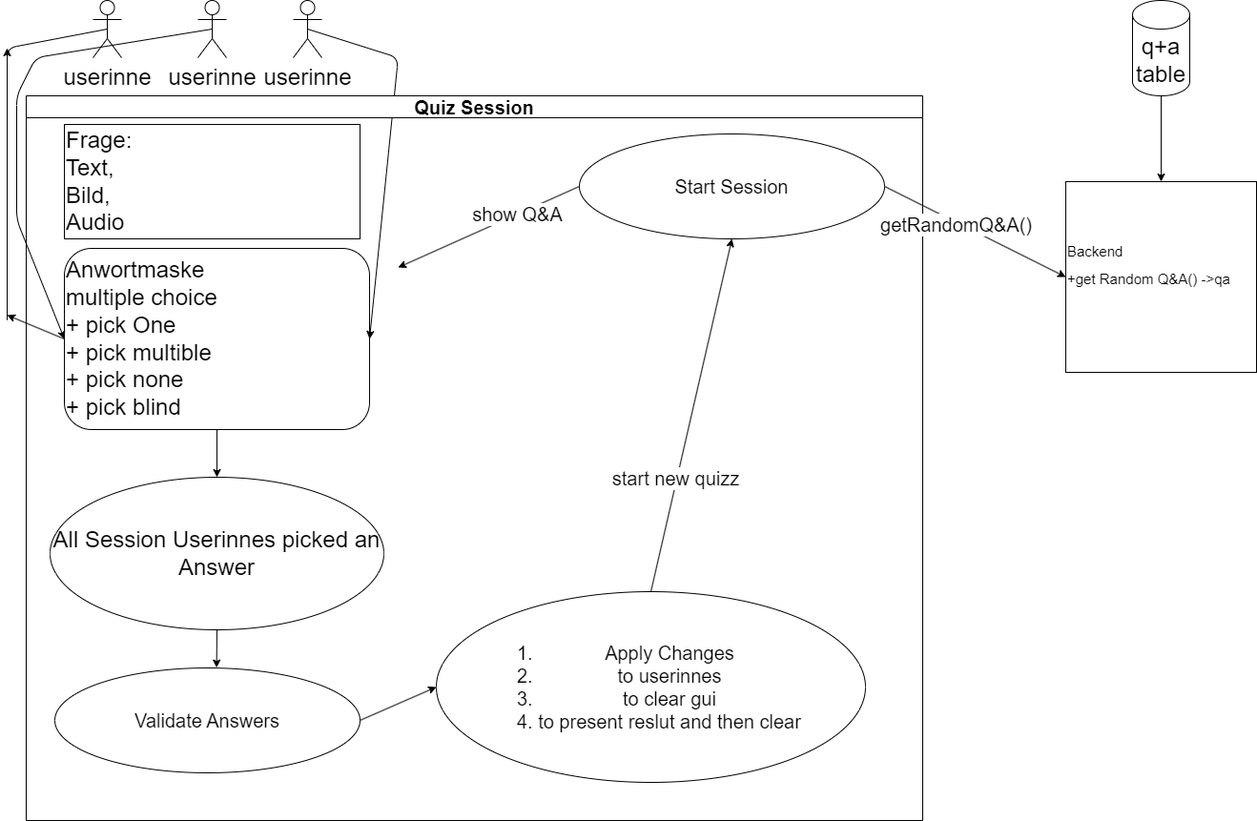
cjanta/cjantaComponentQuizApp keeps this draw.io diagram as usecase_quiz_0_0_1.png. Above is the earlier version. Source tidied: cells renumbered, new cells last; positions are measured from the earlier drawing's top-left corner, leaving out a move shared by most shapes.
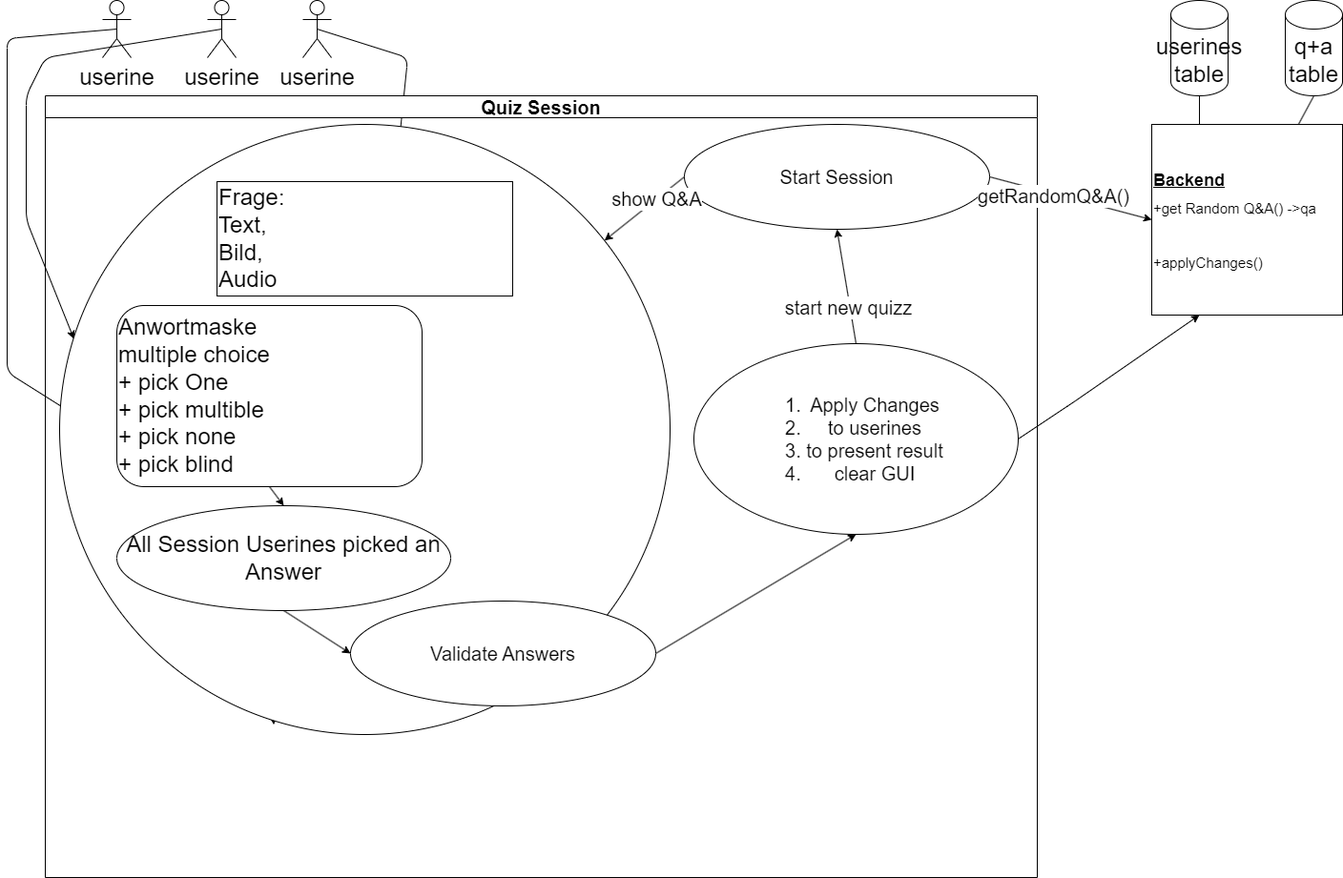
After the change.

The edit, as a diff of the source:
```diff
@@ -2,31 +2,20 @@
   <root>
     <mxCell id="0" />
     <mxCell id="1" parent="0" />
-    <mxCell id="2" value="&lt;font style=&quot;font-size: 24px;&quot;&gt;Frage:&lt;br&gt;Text, &lt;br&gt;Bild, &lt;br&gt;&lt;/font&gt;&lt;div style=&quot;font-size: 24px;&quot;&gt;&lt;span style=&quot;background-color: initial;&quot;&gt;&lt;font style=&quot;font-size: 24px;&quot;&gt;Audio&amp;nbsp;&lt;/font&gt;&lt;/span&gt;&lt;/div&gt;" style="rounded=0;whiteSpace=wrap;html=1;align=left;" parent="1" vertex="1">
-      <mxGeometry x="60" y="130" width="310" height="120" as="geometry" />
-    </mxCell>
-    <mxCell id="3" style="edgeStyle=none;html=1;exitX=0;exitY=0.5;exitDx=0;exitDy=0;fontSize=24;" parent="1" edge="1" source="4">
-      <mxGeometry relative="1" as="geometry">
-        <mxPoint y="330" as="targetPoint" />
-      </mxGeometry>
-    </mxCell>
-    <mxCell id="4" value="&lt;font style=&quot;font-size: 24px;&quot;&gt;Anwortmaske&lt;br&gt;multiple choice&lt;br&gt;+ pick One&lt;br&gt;+ pick multible&lt;br&gt;+ pick none&lt;br&gt;+ pick blind&lt;/font&gt;" style="rounded=1;whiteSpace=wrap;html=1;align=left;" parent="1" vertex="1">
-      <mxGeometry x="60" y="260" width="320" height="190" as="geometry" />
-    </mxCell>
-    <mxCell id="5" style="edgeStyle=none;html=1;exitX=0.5;exitY=0.5;exitDx=0;exitDy=0;exitPerimeter=0;fontSize=24;" parent="1" edge="1" source="6">
-      <mxGeometry relative="1" as="geometry">
-        <mxPoint y="50" as="targetPoint" />
-        <Array as="points">
-          <mxPoint y="50" />
-          <mxPoint y="340" />
-        </Array>
-      </mxGeometry>
-    </mxCell>
+    <mxCell id="28" style="edgeStyle=none;html=1;exitX=0.5;exitY=0.5;exitDx=0;exitDy=0;exitPerimeter=0;fontSize=20;entryX=0;entryY=0.75;entryDx=0;entryDy=0;" parent="1" edge="1" source="6" target="4">
+      <mxGeometry relative="1" as="geometry">
+        <Array as="points">
+          <mxPoint x="-10" y="40" />
+          <mxPoint x="-10" y="390" />
+        </Array>
+      </mxGeometry>
+    </mxCell>
-    <mxCell id="6" value="userinne" style="shape=umlActor;verticalLabelPosition=bottom;verticalAlign=top;html=1;outlineConnect=0;fontSize=24;" parent="1" vertex="1">
+    <mxCell id="6" value="userine" style="shape=umlActor;verticalLabelPosition=bottom;verticalAlign=top;html=1;outlineConnect=0;fontSize=24;" parent="1" vertex="1">
       <mxGeometry x="90" width="30" height="60" as="geometry" />
     </mxCell>
-    <mxCell id="7" style="edgeStyle=none;html=1;exitX=0.5;exitY=0.5;exitDx=0;exitDy=0;exitPerimeter=0;fontSize=24;entryX=0;entryY=0.5;entryDx=0;entryDy=0;" parent="1" edge="1" source="8" target="4">
+    <mxCell id="7" style="edgeStyle=none;html=1;exitX=0.5;exitY=0.5;exitDx=0;exitDy=0;exitPerimeter=0;fontSize=24;entryX=0;entryY=0.5;entryDx=0;entryDy=0;" parent="1" edge="1" source="8">
       <mxGeometry relative="1" as="geometry">
+        <mxPoint x="60" y="355" as="targetPoint" />
         <Array as="points">
           <mxPoint x="30" y="60" />
           <mxPoint x="10" y="100" />
@@ -34,45 +23,37 @@
         </Array>
       </mxGeometry>
     </mxCell>
-    <mxCell id="8" value="userinne" style="shape=umlActor;verticalLabelPosition=bottom;verticalAlign=top;html=1;outlineConnect=0;fontSize=24;" parent="1" vertex="1">
+    <mxCell id="8" value="userine" style="shape=umlActor;verticalLabelPosition=bottom;verticalAlign=top;html=1;outlineConnect=0;fontSize=24;" parent="1" vertex="1">
       <mxGeometry x="200" width="30" height="60" as="geometry" />
     </mxCell>
-    <mxCell id="9" style="edgeStyle=none;html=1;exitX=0.5;exitY=0.5;exitDx=0;exitDy=0;exitPerimeter=0;entryX=1;entryY=0.5;entryDx=0;entryDy=0;fontSize=24;" parent="1" edge="1" source="10" target="4">
+    <mxCell id="9" style="edgeStyle=none;html=1;exitX=0.5;exitY=0.5;exitDx=0;exitDy=0;exitPerimeter=0;entryX=1;entryY=0.5;entryDx=0;entryDy=0;fontSize=24;" parent="1" edge="1" source="10">
       <mxGeometry relative="1" as="geometry">
+        <mxPoint x="380" y="355" as="targetPoint" />
         <Array as="points">
           <mxPoint x="410" y="60" />
         </Array>
       </mxGeometry>
     </mxCell>
-    <mxCell id="10" value="userinne" style="shape=umlActor;verticalLabelPosition=bottom;verticalAlign=top;html=1;outlineConnect=0;fontSize=24;" parent="1" vertex="1">
+    <mxCell id="10" value="userine" style="shape=umlActor;verticalLabelPosition=bottom;verticalAlign=top;html=1;outlineConnect=0;fontSize=24;" parent="1" vertex="1">
       <mxGeometry x="300" width="30" height="60" as="geometry" />
     </mxCell>
-    <mxCell id="11" style="edgeStyle=none;html=1;exitX=0.5;exitY=1;exitDx=0;exitDy=0;entryX=0.53;entryY=-0.003;entryDx=0;entryDy=0;entryPerimeter=0;fontSize=20;" parent="1" edge="1" source="12" target="18">
-      <mxGeometry relative="1" as="geometry" />
-    </mxCell>
-    <mxCell id="12" value="All Session Userinnes picked an Answer" style="ellipse;whiteSpace=wrap;html=1;fontSize=24;" parent="1" vertex="1">
-      <mxGeometry x="45" y="500" width="350" height="160" as="geometry" />
-    </mxCell>
-    <mxCell id="13" style="endArrow=classic;html=1;fontSize=24;exitX=0.5;exitY=1;exitDx=0;exitDy=0;entryX=0.5;entryY=0;entryDx=0;entryDy=0;" parent="1" edge="1" source="4" target="12">
-      <mxGeometry relative="1" as="geometry" />
+    <mxCell id="13" style="endArrow=classic;html=1;fontSize=24;exitX=0.5;exitY=1;exitDx=0;exitDy=0;entryX=0.5;entryY=0;entryDx=0;entryDy=0;" parent="1" edge="1">
+      <mxGeometry relative="1" as="geometry">
+        <mxPoint x="220" y="450" as="sourcePoint" />
+        <mxPoint x="265" y="550" as="targetPoint" />
+      </mxGeometry>
     </mxCell>
-    <mxCell id="14" style="edgeStyle=none;html=1;exitX=0.5;exitY=1;exitDx=0;exitDy=0;exitPerimeter=0;fontSize=15;" parent="1" edge="1" source="15" target="16">
-      <mxGeometry relative="1" as="geometry" />
-    </mxCell>
     <mxCell id="15" value="q+a table" style="shape=cylinder3;whiteSpace=wrap;html=1;boundedLbl=1;backgroundOutline=1;size=15;fontSize=24;" parent="1" vertex="1">
-      <mxGeometry x="1180" width="60" height="100" as="geometry" />
+      <mxGeometry x="1330" width="60" height="100" as="geometry" />
     </mxCell>
-    <mxCell id="16" value="&lt;font style=&quot;font-size: 15px;&quot;&gt;Backend&lt;br style=&quot;&quot;&gt;+get Random Q&amp;amp;A() -&amp;gt;qa&lt;br&gt;&lt;br&gt;&lt;/font&gt;" style="whiteSpace=wrap;html=1;fontSize=24;align=left;" parent="1" vertex="1">
-      <mxGeometry x="1110" y="190" width="200" height="200" as="geometry" />
+    <mxCell id="16" value="&lt;font style=&quot;&quot;&gt;&lt;font style=&quot;font-size: 18px;&quot;&gt;&lt;b&gt;&lt;u&gt;Backend&lt;/u&gt;&lt;/b&gt;&lt;/font&gt;&lt;br style=&quot;&quot;&gt;&lt;span style=&quot;font-size: 15px;&quot;&gt;+get Random Q&amp;amp;A() -&amp;gt;qa&lt;/span&gt;&lt;br&gt;&lt;br&gt;&lt;span style=&quot;font-size: 15px;&quot;&gt;+applyChanges()&lt;/span&gt;&lt;br&gt;&lt;/font&gt;" style="whiteSpace=wrap;html=1;fontSize=24;align=left;" parent="1" vertex="1">
+      <mxGeometry x="1190" y="130" width="200" height="200" as="geometry" />
     </mxCell>
     <mxCell id="17" value="Quiz Session" style="swimlane;whiteSpace=wrap;html=1;fontSize=20;" parent="1" vertex="1">
-      <mxGeometry x="20" y="100" width="940" height="760" as="geometry" />
+      <mxGeometry x="30" y="100" width="1040" height="820" as="geometry" />
     </mxCell>
-    <mxCell id="18" value="Validate Answers" style="ellipse;whiteSpace=wrap;html=1;fontSize=20;" parent="17" vertex="1">
-      <mxGeometry x="30" y="600" width="320" height="110" as="geometry" />
-    </mxCell>
     <mxCell id="19" value="Start Session" style="ellipse;whiteSpace=wrap;html=1;fontSize=20;" parent="17" vertex="1">
-      <mxGeometry x="580" y="40" width="320" height="110" as="geometry" />
+      <mxGeometry x="670" y="30" width="320" height="110" as="geometry" />
     </mxCell>
     <mxCell id="20" style="edgeStyle=none;html=1;exitX=0.5;exitY=0;exitDx=0;exitDy=0;entryX=0.5;entryY=1;entryDx=0;entryDy=0;fontSize=20;" parent="17" edge="1" source="22" target="19">
       <mxGeometry relative="1" as="geometry" />
@@ -80,25 +61,66 @@
     <mxCell id="21" value="start new quizz" style="edgeLabel;html=1;align=center;verticalAlign=middle;fontSize=20;" parent="20" vertex="1">
       <mxGeometry x="-0.35" y="2" relative="1" as="geometry" />
     </mxCell>
-    <mxCell id="22" value="&lt;ol&gt;&lt;li&gt;Apply Changes&lt;/li&gt;&lt;li&gt;to userinnes&lt;/li&gt;&lt;li&gt;to clear gui&lt;/li&gt;&lt;li&gt;&lt;span style=&quot;background-color: initial;&quot;&gt;to present reslut and then clear&lt;/span&gt;&lt;/li&gt;&lt;/ol&gt;" style="ellipse;whiteSpace=wrap;html=1;fontSize=20;align=center;" parent="17" vertex="1">
-      <mxGeometry x="430" y="520" width="450" height="200" as="geometry" />
+    <mxCell id="22" value="&lt;ol&gt;&lt;li&gt;Apply Changes&lt;/li&gt;&lt;li&gt;to userines&lt;/li&gt;&lt;li&gt;to present result&lt;/li&gt;&lt;li&gt;clear GUI&lt;/li&gt;&lt;/ol&gt;" style="ellipse;whiteSpace=wrap;html=1;fontSize=20;align=center;" parent="17" vertex="1">
+      <mxGeometry x="680" y="260" width="340" height="200" as="geometry" />
     </mxCell>
+    <mxCell id="11" style="edgeStyle=none;html=1;exitX=0.5;exitY=1;exitDx=0;exitDy=0;entryX=0.53;entryY=-0.003;entryDx=0;entryDy=0;entryPerimeter=0;fontSize=20;" parent="17" edge="1">
+      <mxGeometry relative="1" as="geometry">
+        <mxPoint x="235" y="600" as="sourcePoint" />
+        <mxPoint x="239.6" y="659.7" as="targetPoint" />
+      </mxGeometry>
+    </mxCell>
+    <mxCell id="29" style="ellipse;whiteSpace=wrap;html=1;fontSize=20;" parent="17" vertex="1">
+      <mxGeometry x="15" y="30" width="640" height="640" as="geometry" />
+    </mxCell>
+    <mxCell id="2" value="&lt;font style=&quot;font-size: 24px;&quot;&gt;Frage:&lt;br&gt;Text, &lt;br&gt;Bild, &lt;br&gt;&lt;/font&gt;&lt;div style=&quot;font-size: 24px;&quot;&gt;&lt;span style=&quot;background-color: initial;&quot;&gt;&lt;font style=&quot;font-size: 24px;&quot;&gt;Audio&amp;nbsp;&lt;/font&gt;&lt;/span&gt;&lt;/div&gt;" style="rounded=0;whiteSpace=wrap;html=1;align=left;" parent="17" vertex="1">
+      <mxGeometry x="180" y="90" width="310" height="120" as="geometry" />
+    </mxCell>
+    <mxCell id="30" style="edgeStyle=none;html=1;exitX=0.5;exitY=1;exitDx=0;exitDy=0;entryX=0.5;entryY=0;entryDx=0;entryDy=0;fontSize=20;" parent="17" edge="1" source="4" target="32">
+      <mxGeometry relative="1" as="geometry" />
+    </mxCell>
+    <mxCell id="4" value="&lt;font style=&quot;font-size: 24px;&quot;&gt;Anwortmaske&lt;br&gt;multiple choice&lt;br&gt;+ pick One&lt;br&gt;+ pick multible&lt;br&gt;+ pick none&lt;br&gt;+ pick blind&lt;/font&gt;" style="rounded=1;whiteSpace=wrap;html=1;align=left;" parent="17" vertex="1">
+      <mxGeometry x="75" y="220" width="320" height="190" as="geometry" />
+    </mxCell>
-    <mxCell id="23" style="endArrow=classic;html=1;fontSize=20;exitX=1;exitY=0.5;exitDx=0;exitDy=0;entryX=0;entryY=0.5;entryDx=0;entryDy=0;" parent="17" edge="1" source="18" target="22">
+    <mxCell id="23" style="edgeStyle=none;html=1;exitX=1;exitY=0.5;exitDx=0;exitDy=0;entryX=0.5;entryY=1;entryDx=0;entryDy=0;fontSize=20;" parent="17" edge="1" source="18" target="22">
       <mxGeometry relative="1" as="geometry" />
     </mxCell>
+    <mxCell id="18" value="Validate Answers" style="ellipse;whiteSpace=wrap;html=1;fontSize=20;" parent="17" vertex="1">
+      <mxGeometry x="320" y="530" width="320" height="110" as="geometry" />
+    </mxCell>
+    <mxCell id="31" style="edgeStyle=none;html=1;exitX=0.5;exitY=1;exitDx=0;exitDy=0;entryX=0;entryY=0.5;entryDx=0;entryDy=0;fontSize=20;" parent="17" edge="1" source="32" target="18">
+      <mxGeometry relative="1" as="geometry" />
+    </mxCell>
+    <mxCell id="32" value="All Session Userines picked an Answer" style="ellipse;whiteSpace=wrap;html=1;fontSize=24;" parent="17" vertex="1">
+      <mxGeometry x="75" y="430" width="350" height="110" as="geometry" />
+    </mxCell>
+    <mxCell id="26" style="edgeStyle=none;html=1;exitX=0;exitY=0.5;exitDx=0;exitDy=0;fontSize=20;" parent="17" edge="1" source="19" target="29">
+      <mxGeometry relative="1" as="geometry" />
+    </mxCell>
+    <mxCell id="27" value="show Q&amp;amp;A" style="edgeLabel;html=1;align=center;verticalAlign=middle;fontSize=20;" parent="26" vertex="1">
+      <mxGeometry x="-0.31" y="-1" relative="1" as="geometry" />
+    </mxCell>
     <mxCell id="24" style="edgeStyle=none;html=1;exitX=1;exitY=0.5;exitDx=0;exitDy=0;entryX=0;entryY=0.5;entryDx=0;entryDy=0;fontSize=20;" parent="1" edge="1" source="19" target="16">
       <mxGeometry relative="1" as="geometry" />
     </mxCell>
     <mxCell id="25" value="getRandomQ&amp;amp;A()" style="edgeLabel;html=1;align=center;verticalAlign=middle;fontSize=20;" parent="24" vertex="1">
       <mxGeometry x="-0.21" y="-2" relative="1" as="geometry" />
     </mxCell>
-    <mxCell id="26" style="edgeStyle=none;html=1;exitX=0;exitY=0.5;exitDx=0;exitDy=0;fontSize=20;" parent="1" edge="1" source="19">
-      <mxGeometry relative="1" as="geometry">
-        <mxPoint x="410" y="280" as="targetPoint" />
-      </mxGeometry>
-    </mxCell>
-    <mxCell id="27" value="show Q&amp;amp;A" style="edgeLabel;html=1;align=center;verticalAlign=middle;fontSize=20;" parent="26" vertex="1">
-      <mxGeometry x="-0.31" y="-1" relative="1" as="geometry" />
-    </mxCell>
+    <mxCell id="33" style="edgeStyle=none;html=1;exitX=1;exitY=0.5;exitDx=0;exitDy=0;entryX=0.25;entryY=1;entryDx=0;entryDy=0;fontSize=20;" parent="1" edge="1" source="22" target="16">
+      <mxGeometry relative="1" as="geometry">
+        <Array as="points">
+          <mxPoint x="1110" y="420" />
+        </Array>
+      </mxGeometry>
+    </mxCell>
+    <mxCell id="34" value="userines table" style="shape=cylinder3;whiteSpace=wrap;html=1;boundedLbl=1;backgroundOutline=1;size=15;fontSize=24;" parent="1" vertex="1">
+      <mxGeometry x="1210" width="60" height="100" as="geometry" />
+    </mxCell>
+    <mxCell id="35" style="endArrow=none;html=1;fontSize=20;entryX=0.5;entryY=1;entryDx=0;entryDy=0;entryPerimeter=0;exitX=0.25;exitY=0;exitDx=0;exitDy=0;" parent="1" edge="1" source="16" target="34">
+      <mxGeometry relative="1" as="geometry" />
+    </mxCell>
+    <mxCell id="36" style="endArrow=none;html=1;fontSize=20;entryX=0.5;entryY=1;entryDx=0;entryDy=0;entryPerimeter=0;" parent="1" edge="1" source="16" target="15">
+      <mxGeometry relative="1" as="geometry" />
+    </mxCell>
   </root>
 </mxGraphModel>
```
